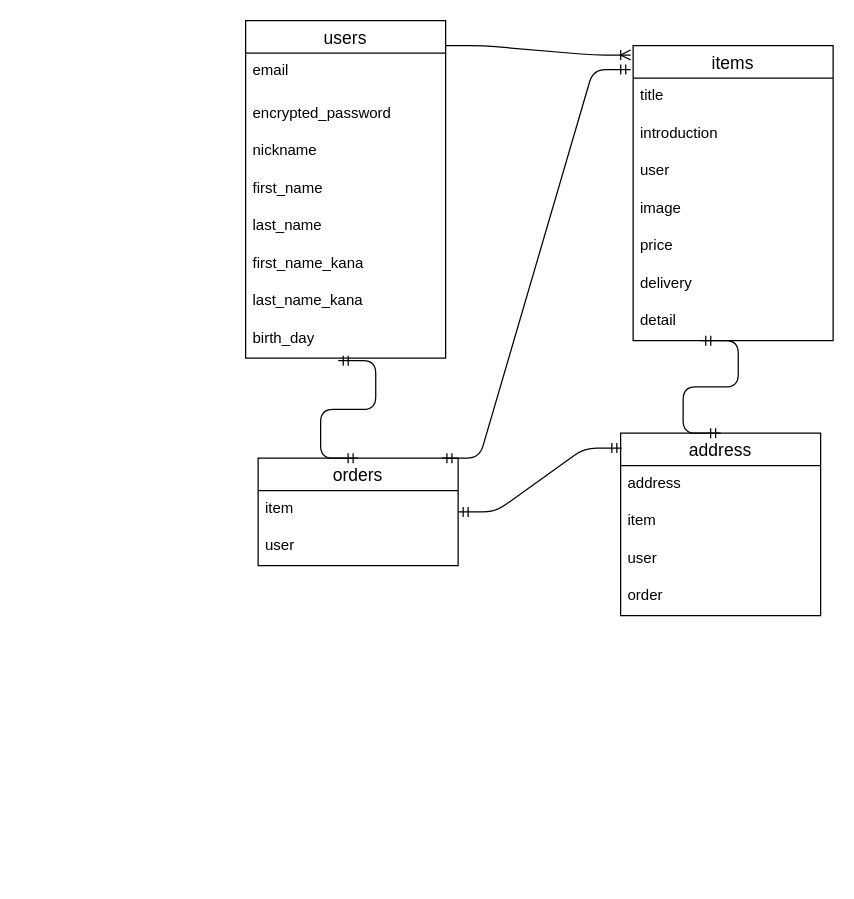
This is ER図.dio from 0zone-k/furima-41745, a draw.io file, before an edit. Source tidied: cells renumbered, new cells numbered last; positions are measured from the earlier drawing's top-left corner, leaving out a move shared by most shapes. Both pictures are drawn from the tidied source at 125%, with x=0, y=0 at pixel (245, 20).
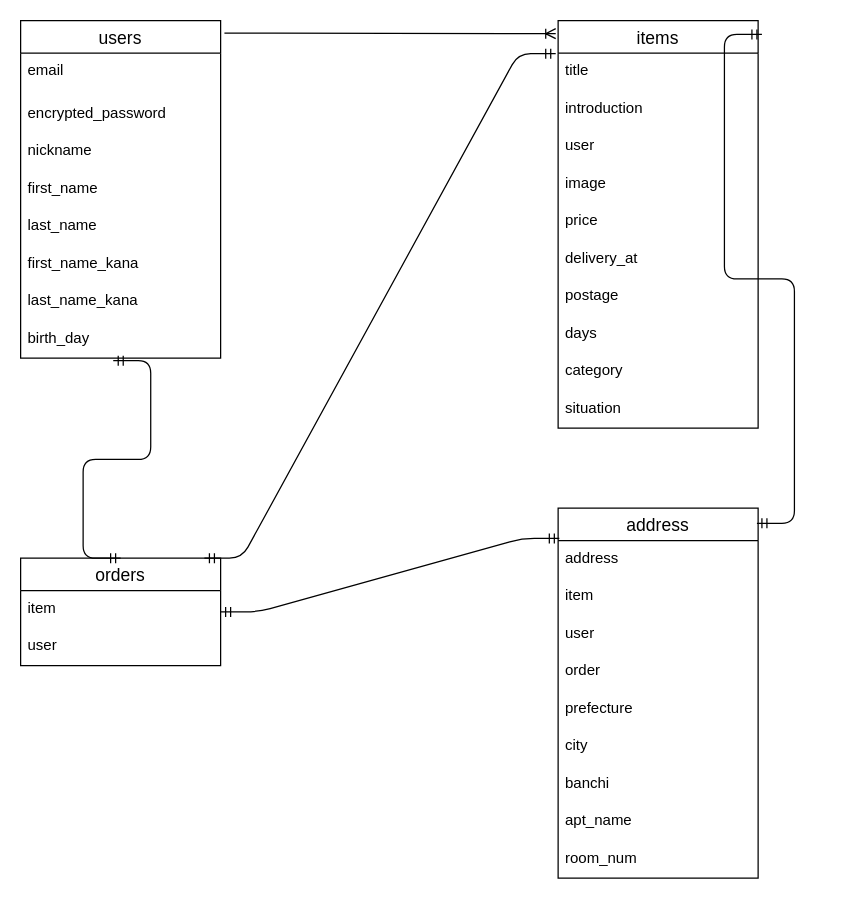
The same page after the edit.

Commit message (it also covers changes not shown here):
データベース設計

What changed in the source:
```diff
@@
     <mxCell id="2" value="users" style="swimlane;fontStyle=0;horizontal=1;startSize=26;align=center;fontSize=14;" parent="1" vertex="1">
-      <mxGeometry width="160" height="270" as="geometry" />
+      <mxGeometry x="-180" width="160" height="270" as="geometry" />
     </mxCell>
@@
     <mxCell id="11" value="address" style="swimlane;fontStyle=0;horizontal=1;startSize=26;align=center;fontSize=14;" parent="1" vertex="1">
-      <mxGeometry x="300" y="330" width="160" height="146" as="geometry" />
+      <mxGeometry x="250" y="390" width="160" height="296" as="geometry" />
     </mxCell>
@@
+    <mxCell id="32" value="prefecture" style="text;strokeColor=none;fillColor=none;spacingLeft=4;spacingRight=4;overflow=hidden;fontSize=12;" parent="11" vertex="1">
+      <mxGeometry y="146" width="160" height="30" as="geometry" />
+    </mxCell>
+    <mxCell id="33" value="city" style="text;strokeColor=none;fillColor=none;spacingLeft=4;spacingRight=4;overflow=hidden;fontSize=12;" parent="11" vertex="1">
+      <mxGeometry y="176" width="160" height="30" as="geometry" />
+    </mxCell>
+    <mxCell id="34" value="banchi" style="text;strokeColor=none;fillColor=none;spacingLeft=4;spacingRight=4;overflow=hidden;fontSize=12;" parent="11" vertex="1">
+      <mxGeometry y="206" width="160" height="30" as="geometry" />
+    </mxCell>
+    <mxCell id="35" value="apt_name" style="text;strokeColor=none;fillColor=none;spacingLeft=4;spacingRight=4;overflow=hidden;fontSize=12;" parent="11" vertex="1">
+      <mxGeometry y="236" width="160" height="30" as="geometry" />
+    </mxCell>
+    <mxCell id="36" value="room_num" style="text;strokeColor=none;fillColor=none;spacingLeft=4;spacingRight=4;overflow=hidden;fontSize=12;" parent="11" vertex="1">
+      <mxGeometry y="266" width="160" height="30" as="geometry" />
+    </mxCell>
     <mxCell id="16" value="orders" style="swimlane;fontStyle=0;horizontal=1;startSize=26;align=center;fontSize=14;" parent="1" vertex="1">
-      <mxGeometry x="10" y="350" width="160" height="86" as="geometry" />
+      <mxGeometry x="-180" y="430" width="160" height="86" as="geometry" />
     </mxCell>
@@
     <mxCell id="19" value="items" style="swimlane;fontStyle=0;horizontal=1;startSize=26;align=center;fontSize=14;" parent="1" vertex="1">
-      <mxGeometry x="310" y="20" width="160" height="236" as="geometry" />
+      <mxGeometry x="250" width="160" height="326" as="geometry" />
     </mxCell>
@@
-    <mxCell id="25" value="delivery" style="text;strokeColor=none;fillColor=none;spacingLeft=4;spacingRight=4;overflow=hidden;fontSize=12;" parent="19" vertex="1">
+    <mxCell id="25" value="delivery_at" style="text;strokeColor=none;fillColor=none;spacingLeft=4;spacingRight=4;overflow=hidden;fontSize=12;" parent="19" vertex="1">
       <mxGeometry y="176" width="160" height="30" as="geometry" />
     </mxCell>
+    <mxCell id="37" value="postage" style="text;strokeColor=none;fillColor=none;spacingLeft=4;spacingRight=4;overflow=hidden;fontSize=12;" parent="19" vertex="1">
+      <mxGeometry y="206" width="160" height="30" as="geometry" />
+    </mxCell>
+    <mxCell id="38" value="days" style="text;strokeColor=none;fillColor=none;spacingLeft=4;spacingRight=4;overflow=hidden;fontSize=12;" parent="19" vertex="1">
+      <mxGeometry y="236" width="160" height="30" as="geometry" />
+    </mxCell>
+    <mxCell id="39" value="category" style="text;strokeColor=none;fillColor=none;spacingLeft=4;spacingRight=4;overflow=hidden;fontSize=12;" parent="19" vertex="1">
+      <mxGeometry y="266" width="160" height="30" as="geometry" />
+    </mxCell>
-    <mxCell id="26" value="detail" style="text;strokeColor=none;fillColor=none;spacingLeft=4;spacingRight=4;overflow=hidden;fontSize=12;" parent="19" vertex="1">
-      <mxGeometry y="206" width="160" height="30" as="geometry" />
+    <mxCell id="26" value="situation" style="text;strokeColor=none;fillColor=none;spacingLeft=4;spacingRight=4;overflow=hidden;fontSize=12;" parent="19" vertex="1">
+      <mxGeometry y="296" width="160" height="30" as="geometry" />
     </mxCell>
@@
-    <mxCell id="28" style="edgeStyle=entityRelationEdgeStyle;fontSize=12;html=1;endArrow=ERmandOne;startArrow=ERmandOne;exitX=0.463;exitY=1.067;exitDx=0;exitDy=0;exitPerimeter=0;" parent="1" edge="1">
-      <mxGeometry relative="1" as="geometry">
-        <mxPoint x="364.1" y="256" as="sourcePoint" />
-        <mxPoint x="380" y="330" as="targetPoint" />
-      </mxGeometry>
+    <mxCell id="28" style="edgeStyle=entityRelationEdgeStyle;fontSize=12;html=1;endArrow=ERmandOne;startArrow=ERmandOne;exitX=1.019;exitY=0.034;exitDx=0;exitDy=0;exitPerimeter=0;entryX=0.994;entryY=0.041;entryDx=0;entryDy=0;entryPerimeter=0;" parent="1" edge="1" source="19" target="11">
+      <mxGeometry relative="1" as="geometry" />
     </mxCell>
@@
-    <mxCell id="30" style="edgeStyle=entityRelationEdgeStyle;fontSize=12;html=1;endArrow=ERoneToMany;entryX=-0.012;entryY=0.032;entryDx=0;entryDy=0;entryPerimeter=0;" parent="1" edge="1" target="19">
-      <mxGeometry relative="1" as="geometry">
-        <mxPoint x="160" y="20" as="sourcePoint" />
-      </mxGeometry>
+    <mxCell id="30" style="edgeStyle=entityRelationEdgeStyle;fontSize=12;html=1;endArrow=ERoneToMany;entryX=-0.012;entryY=0.032;entryDx=0;entryDy=0;entryPerimeter=0;exitX=1.019;exitY=0.037;exitDx=0;exitDy=0;exitPerimeter=0;" parent="1" edge="1" source="2" target="19">
+      <mxGeometry relative="1" as="geometry" />
     </mxCell>
```
